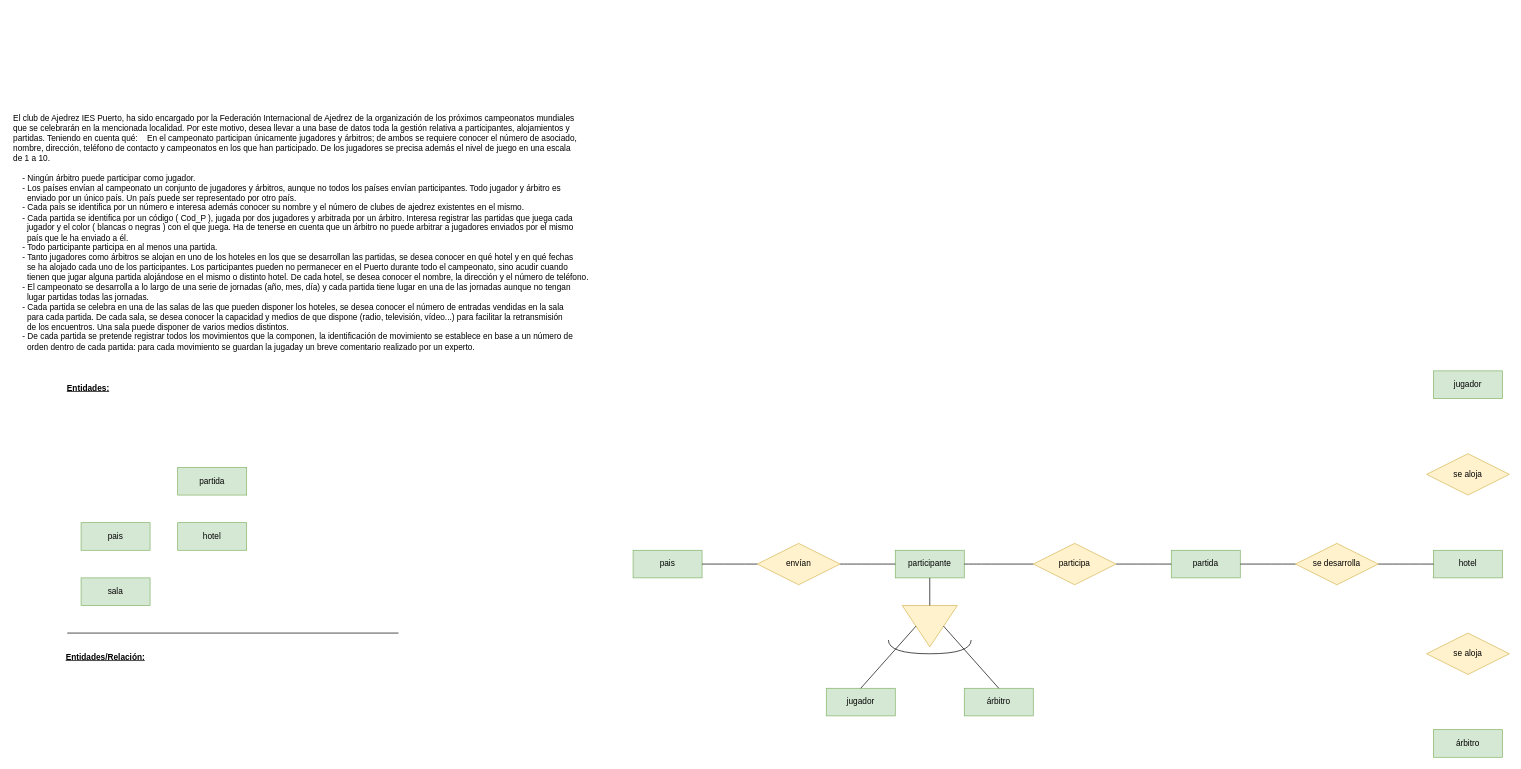
JCarlosAR032/base-de-datos keeps this draw.io diagram as page "Paso 2" (2 of 3) of Tareas/Tema 2/Tarea 9/Ejercicio9.drawio. Above is the earlier version. Source tidied: cells renumbered, new cells numbered last; positions are measured from the earlier drawing's top-left corner, leaving out a move shared by most shapes. Both pictures are drawn from the tidied source at 69%, with x=0, y=0 at pixel (12, 108).
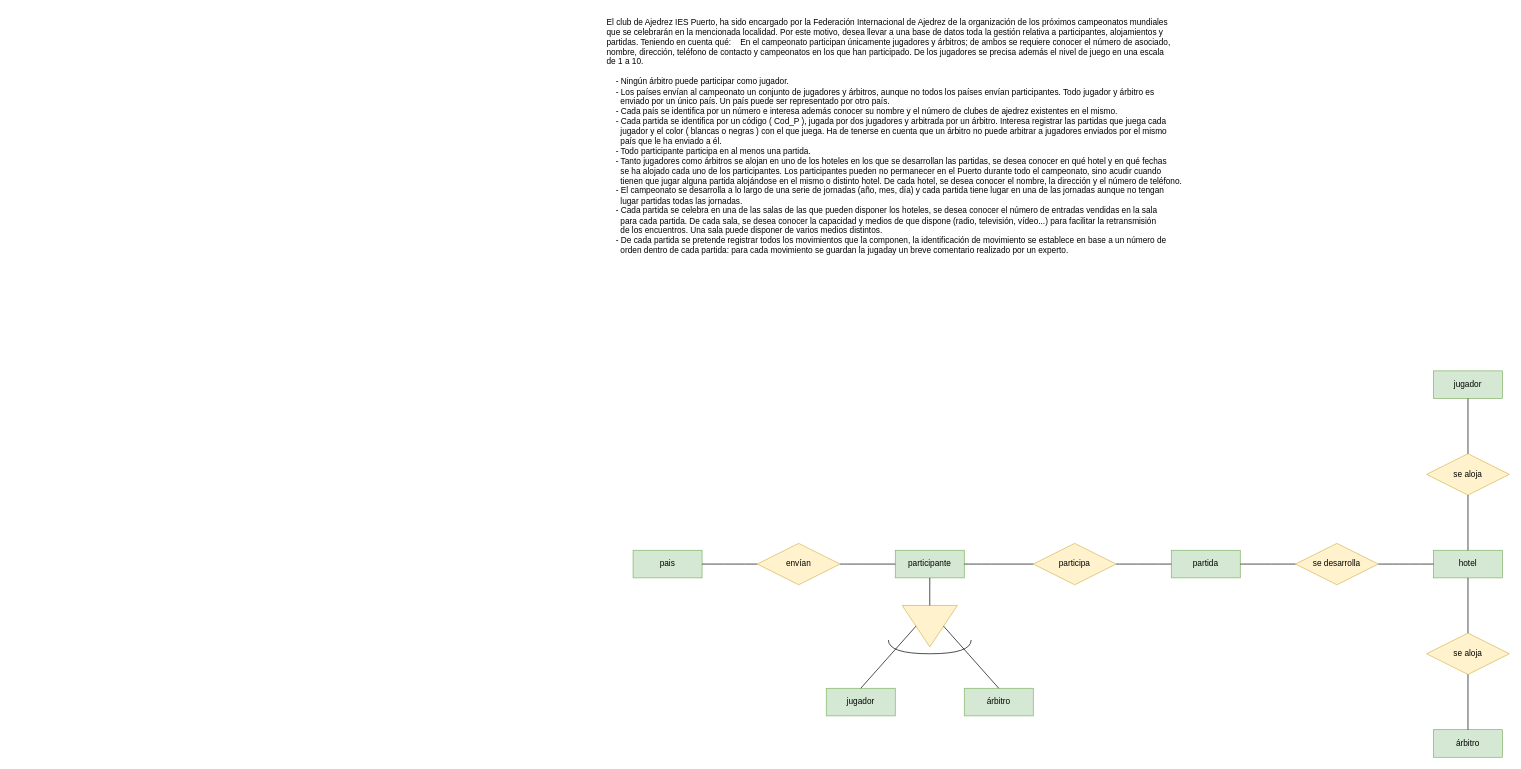
After the change.

Unchanged cells that the change refers to:
```xml
<mxCell id="12" value="jugador" style="whiteSpace=wrap;html=1;align=center;fillColor=#d5e8d4;strokeColor=#82b366;" parent="1" vertex="1">
  <mxGeometry x="2060" y="380" width="100" height="40" as="geometry" />
</mxCell>
<mxCell id="13" value="árbitro" style="whiteSpace=wrap;html=1;align=center;fillColor=#d5e8d4;strokeColor=#82b366;" parent="1" vertex="1">
  <mxGeometry x="2060" y="900" width="100" height="40" as="geometry" />
</mxCell>
<mxCell id="14" value="se aloja" style="shape=rhombus;perimeter=rhombusPerimeter;whiteSpace=wrap;html=1;align=center;fillColor=#fff2cc;strokeColor=#d6b656;" parent="1" vertex="1">
  <mxGeometry x="2050" y="760" width="120" height="60" as="geometry" />
</mxCell>
<mxCell id="15" value="se aloja" style="shape=rhombus;perimeter=rhombusPerimeter;whiteSpace=wrap;html=1;align=center;fillColor=#fff2cc;strokeColor=#d6b656;" parent="1" vertex="1">
  <mxGeometry x="2050" y="500" width="120" height="60" as="geometry" />
</mxCell>
<mxCell id="16" value="hotel" style="whiteSpace=wrap;html=1;align=center;fillColor=#d5e8d4;strokeColor=#82b366;" parent="1" vertex="1">
  <mxGeometry x="2060" y="640" width="100" height="40" as="geometry" />
</mxCell>
```

What changed in the source:
```diff
@@
     <mxCell id="2" value="&lt;div align=&quot;left&quot;&gt;El club de Ajedrez IES Puerto, ha sido encargado por la Federación Internacional de Ajedrez de la organización de los próximos campeonatos mundiales &lt;br&gt;&lt;/div&gt;&lt;div align=&quot;left&quot;&gt;que se celebrarán en la mencionada localidad. Por este motivo, desea llevar a una base de datos toda la gestión relativa a participantes, alojamientos y &lt;br&gt;&lt;/div&gt;&lt;div align=&quot;left&quot;&gt;partidas. Teniendo en cuenta qué:&amp;nbsp;&amp;nbsp;&amp;nbsp; En el campeonato participan únicamente jugadores y árbitros; de ambos se requiere conocer el número de asociado, &lt;br&gt;&lt;/div&gt;&lt;div align=&quot;left&quot;&gt;nombre, dirección, teléfono de contacto y campeonatos en los que han participado. De los jugadores se precisa además el nivel de juego en una escala &lt;br&gt;&lt;/div&gt;&lt;div align=&quot;left&quot;&gt;de 1 a 10.&lt;/div&gt;&lt;div align=&quot;left&quot;&gt;&lt;br&gt;&lt;/div&gt;&lt;div align=&quot;left&quot;&gt;&amp;nbsp;&amp;nbsp;&amp;nbsp; - Ningún árbitro puede participar como jugador.&lt;br&gt;&amp;nbsp;&amp;nbsp;&amp;nbsp; - Los países envían al campeonato un conjunto de jugadores y árbitros, aunque no todos los países envían participantes. Todo jugador y árbitro es &lt;br&gt;&lt;/div&gt;&lt;div align=&quot;left&quot;&gt;&amp;nbsp;&amp;nbsp;&amp;nbsp;&amp;nbsp;&amp;nbsp; enviado por un único país. Un país puede ser representado por otro país.&lt;br&gt;&amp;nbsp;&amp;nbsp;&amp;nbsp; - Cada país se identifica por un número e interesa además conocer su nombre y el número de clubes de ajedrez existentes en el mismo.&lt;br&gt;&amp;nbsp;&amp;nbsp;&amp;nbsp; - Cada partida se identifica por un código ( Cod_P ), jugada por dos jugadores y arbitrada por un árbitro. Interesa registrar las partidas que juega cada &lt;br&gt;&lt;/div&gt;&lt;div align=&quot;left&quot;&gt;&amp;nbsp;&amp;nbsp;&amp;nbsp;&amp;nbsp;&amp;nbsp; jugador y el color ( blancas o negras ) con el que juega. Ha de tenerse en cuenta que un árbitro no puede arbitrar a jugadores enviados por el mismo &lt;br&gt;&lt;/div&gt;&lt;div align=&quot;left&quot;&gt;&amp;nbsp;&amp;nbsp;&amp;nbsp;&amp;nbsp;&amp;nbsp; país que le ha enviado a él.&lt;br&gt;&amp;nbsp;&amp;nbsp;&amp;nbsp; - Todo participante participa en al menos una partida.&lt;br&gt;&amp;nbsp;&amp;nbsp;&amp;nbsp; - Tanto jugadores como árbitros se alojan en uno de los hoteles en los que se desarrollan las partidas, se desea conocer en qué hotel y en qué fechas &lt;br&gt;&lt;/div&gt;&lt;div align=&quot;left&quot;&gt;&amp;nbsp;&amp;nbsp;&amp;nbsp;&amp;nbsp;&amp;nbsp; se ha alojado cada uno de los participantes. Los participantes pueden no permanecer en el Puerto durante todo el campeonato, sino acudir cuando &lt;br&gt;&lt;/div&gt;&lt;div align=&quot;left&quot;&gt;&amp;nbsp;&amp;nbsp;&amp;nbsp;&amp;nbsp;&amp;nbsp; tienen que jugar alguna partida alojándose en el mismo o distinto hotel. De cada hotel, se desea conocer el nombre, la dirección y el número de teléfono.&lt;br&gt;&amp;nbsp;&amp;nbsp;&amp;nbsp; - El campeonato se desarrolla a lo largo de una serie de jornadas (año, mes, día) y cada partida tiene lugar en una de las jornadas aunque no tengan &lt;br&gt;&lt;/div&gt;&lt;div align=&quot;left&quot;&gt;&amp;nbsp;&amp;nbsp;&amp;nbsp;&amp;nbsp;&amp;nbsp; lugar partidas todas las jornadas.&lt;br&gt;&amp;nbsp;&amp;nbsp;&amp;nbsp; - Cada partida se celebra en una de las salas de las que pueden disponer los hoteles, se desea conocer el número de entradas vendidas en la sala &lt;br&gt;&lt;/div&gt;&lt;div align=&quot;left&quot;&gt;&amp;nbsp;&amp;nbsp;&amp;nbsp;&amp;nbsp;&amp;nbsp; para cada partida. De cada sala, se desea conocer la capacidad y medios de que dispone (radio, televisión, vídeo...) para facilitar la retransmisión &lt;br&gt;&lt;/div&gt;&lt;div align=&quot;left&quot;&gt;&amp;nbsp;&amp;nbsp;&amp;nbsp;&amp;nbsp;&amp;nbsp; de los encuentros. Una sala puede disponer de varios medios distintos.&lt;br&gt;&amp;nbsp;&amp;nbsp;&amp;nbsp; - De cada partida se pretende registrar todos los movimientos que la componen, la identificación de movimiento se establece en base a un número de &lt;br&gt;&lt;/div&gt;&lt;div align=&quot;left&quot;&gt;&amp;nbsp;&amp;nbsp;&amp;nbsp;&amp;nbsp;&amp;nbsp; orden dentro de cada partida: para cada movimiento se guardan la jugaday un breve comentario realizado por un experto.&lt;/div&gt;" style="text;html=1;align=left;verticalAlign=middle;strokeColor=none;fillColor=none;" parent="1" vertex="1">
-      <mxGeometry width="850" height="360" as="geometry" />
+      <mxGeometry x="860" y="-140" width="850" height="360" as="geometry" />
     </mxCell>
@@
-    <mxCell id="6" value="pais" style="whiteSpace=wrap;html=1;align=center;fillColor=#d5e8d4;strokeColor=#82b366;" parent="1" vertex="1">
-      <mxGeometry x="100" y="600" width="100" height="40" as="geometry" />
-    </mxCell>
-    <mxCell id="7" value="partida" style="whiteSpace=wrap;html=1;align=center;fillColor=#d5e8d4;strokeColor=#82b366;" parent="1" vertex="1">
-      <mxGeometry x="240" y="520" width="100" height="40" as="geometry" />
-    </mxCell>
-    <mxCell id="8" value="hotel" style="whiteSpace=wrap;html=1;align=center;fillColor=#d5e8d4;strokeColor=#82b366;" parent="1" vertex="1">
-      <mxGeometry x="240" y="600" width="100" height="40" as="geometry" />
-    </mxCell>
@@
-    <mxCell id="18" value="sala" style="whiteSpace=wrap;html=1;align=center;fillColor=#d5e8d4;strokeColor=#82b366;" parent="1" vertex="1">
-      <mxGeometry x="100" y="680" width="100" height="40" as="geometry" />
-    </mxCell>
-    <mxCell id="19" style="endArrow=none;html=1;rounded=0;" parent="1" edge="1">
-      <mxGeometry relative="1" as="geometry">
-        <mxPoint x="80" y="760" as="sourcePoint" />
-        <mxPoint x="560" y="760" as="targetPoint" />
-      </mxGeometry>
-    </mxCell>
-    <mxCell id="20" value="Entidades/Relación:" style="text;html=1;align=center;verticalAlign=middle;strokeColor=none;fillColor=none;fontStyle=5;" parent="1" vertex="1">
-      <mxGeometry x="65" y="780" width="140" height="30" as="geometry" />
-    </mxCell>
-    <mxCell id="21" value="Entidades:" style="text;html=1;align=center;verticalAlign=middle;strokeColor=none;fillColor=none;fontStyle=5;" parent="1" vertex="1">
-      <mxGeometry x="65" y="390" width="90" height="30" as="geometry" />
-    </mxCell>
@@
+    <mxCell id="34" style="endArrow=none;html=1;rounded=0;exitX=0.5;exitY=0;exitDx=0;exitDy=0;entryX=0.5;entryY=1;entryDx=0;entryDy=0;" parent="1" edge="1" source="15" target="12">
+      <mxGeometry relative="1" as="geometry" />
+    </mxCell>
+    <mxCell id="35" style="endArrow=none;html=1;rounded=0;exitX=0.5;exitY=1;exitDx=0;exitDy=0;entryX=0.5;entryY=0;entryDx=0;entryDy=0;" parent="1" edge="1" source="15" target="16">
+      <mxGeometry relative="1" as="geometry" />
+    </mxCell>
+    <mxCell id="36" style="endArrow=none;html=1;rounded=0;exitX=0.5;exitY=0;exitDx=0;exitDy=0;entryX=0.5;entryY=1;entryDx=0;entryDy=0;" parent="1" edge="1" source="14" target="16">
+      <mxGeometry relative="1" as="geometry" />
+    </mxCell>
+    <mxCell id="37" style="endArrow=none;html=1;rounded=0;exitX=0.5;exitY=0;exitDx=0;exitDy=0;entryX=0.5;entryY=1;entryDx=0;entryDy=0;" parent="1" edge="1" source="13" target="14">
+      <mxGeometry relative="1" as="geometry" />
+    </mxCell>
```
